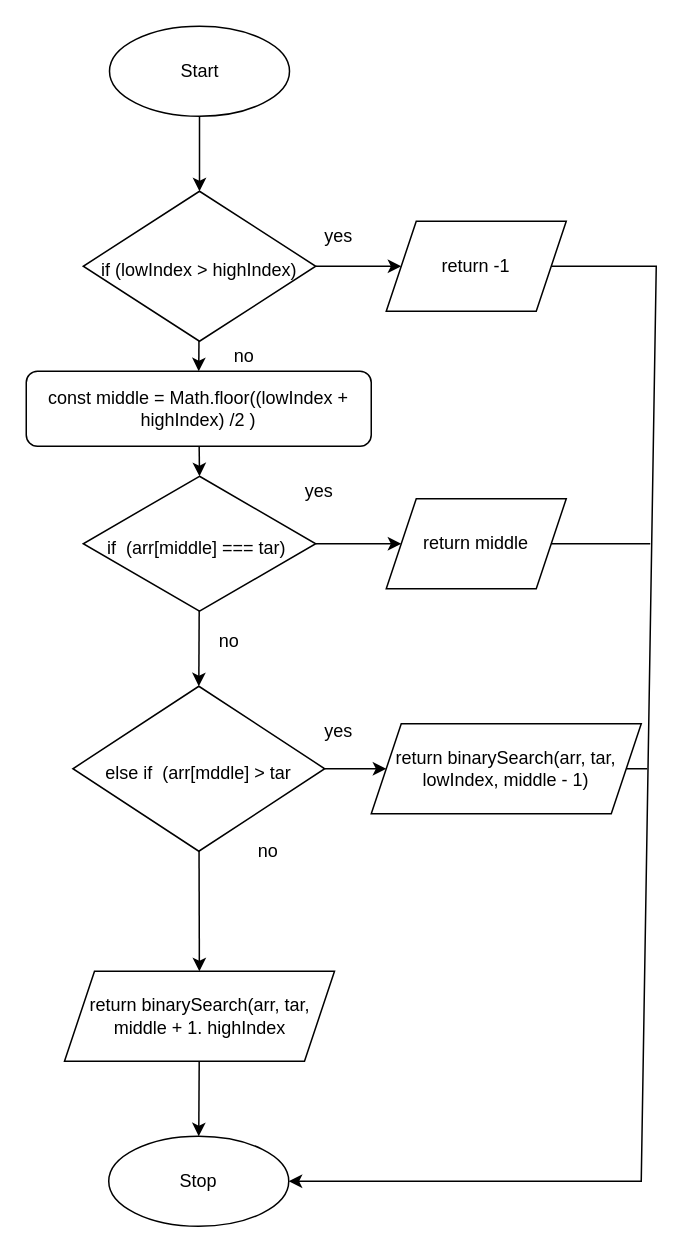
Before: Drawio/Flowchart1.drawio in JacksonNaufal/ics4u-unit3-04-typescript, a draw.io diagram. Source tidied: cells renumbered, new cells numbered last; positions are measured from the earlier drawing's top-left corner, leaving out a move shared by most shapes. Both pictures are drawn from the tidied source at 150%, with x=0, y=0 at pixel (26, 26).
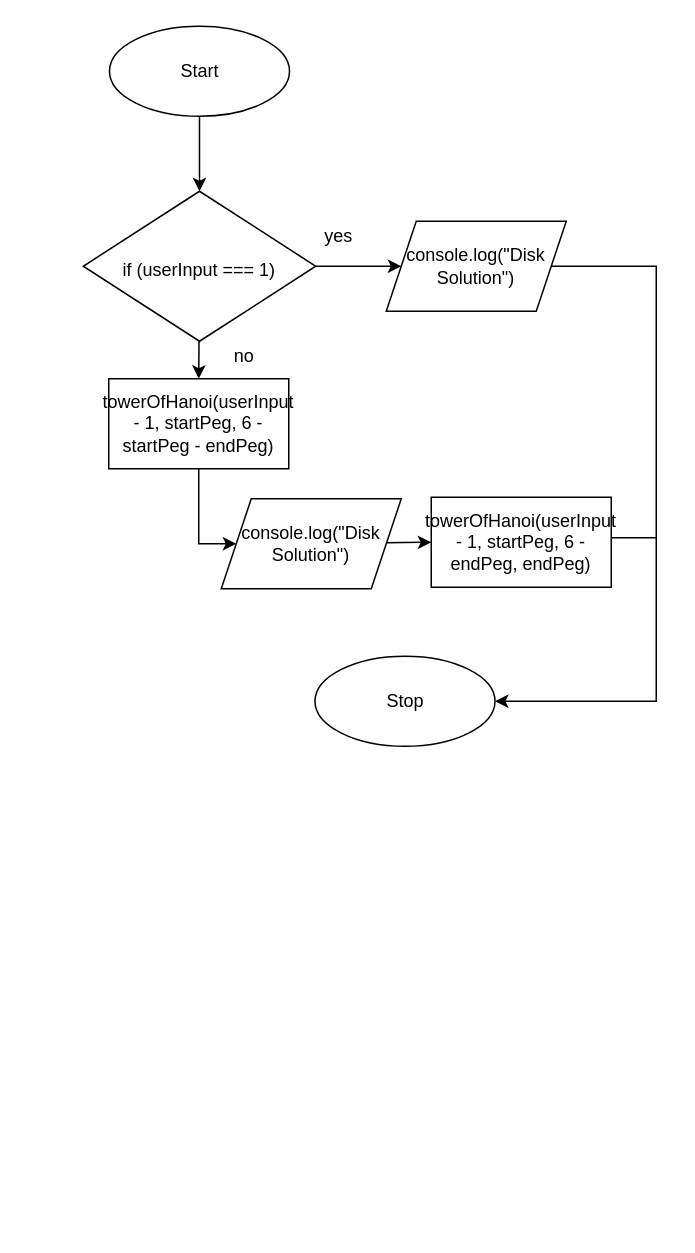
The same page after the edit.

The edit, as a diff of the source:
```diff
@@
     <mxCell id="4" value="Stop" style="ellipse;whiteSpace=wrap;html=1;" parent="1" vertex="1">
-      <mxGeometry x="55" y="740" width="120" height="60" as="geometry" />
+      <mxGeometry x="192.5" y="420" width="120" height="60" as="geometry" />
     </mxCell>
@@
-    <mxCell id="6" style="edgeStyle=none;html=1;entryX=0.5;entryY=0;entryDx=0;entryDy=0;" parent="1" edge="1" source="7" target="23">
-      <mxGeometry relative="1" as="geometry" />
-    </mxCell>
+    <mxCell id="30" style="edgeStyle=none;rounded=0;html=1;entryX=0.5;entryY=0;entryDx=0;entryDy=0;" parent="1" edge="1" source="7" target="33">
+      <mxGeometry relative="1" as="geometry" />
+    </mxCell>
-    <mxCell id="7" value="&lt;font style=&quot;font-size: 12px&quot;&gt;if (lowIndex &amp;gt; highIndex)&lt;/font&gt;" style="rhombus;whiteSpace=wrap;html=1;fontSize=22;" parent="1" vertex="1">
+    <mxCell id="7" value="&lt;font style=&quot;font-size: 12px&quot;&gt;if (userInput === 1)&lt;/font&gt;" style="rhombus;whiteSpace=wrap;html=1;fontSize=22;" parent="1" vertex="1">
       <mxGeometry x="38" y="110" width="155" height="100" as="geometry" />
     </mxCell>
-    <mxCell id="8" value="no" style="text;html=1;align=center;verticalAlign=middle;strokeColor=none;fillColor=none;fontSize=12;" parent="1" vertex="1">
-      <mxGeometry x="130" y="210" width="30" height="20" as="geometry" />
-    </mxCell>
@@
-    <mxCell id="10" style="edgeStyle=none;html=1;entryX=0.5;entryY=0;entryDx=0;entryDy=0;" parent="1" edge="1" source="12" target="15">
-      <mxGeometry relative="1" as="geometry" />
-    </mxCell>
-    <mxCell id="11" style="edgeStyle=none;html=1;entryX=0;entryY=0.5;entryDx=0;entryDy=0;" parent="1" edge="1" source="12" target="25">
-      <mxGeometry relative="1" as="geometry" />
-    </mxCell>
-    <mxCell id="12" value="&lt;font style=&quot;font-size: 12px&quot;&gt;if&amp;nbsp; (arr[middle] === tar)&amp;nbsp;&lt;/font&gt;" style="rhombus;whiteSpace=wrap;html=1;fontSize=22;" parent="1" vertex="1">
-      <mxGeometry x="38" y="300" width="155" height="90" as="geometry" />
-    </mxCell>
-    <mxCell id="13" style="edgeStyle=none;html=1;entryX=0;entryY=0.5;entryDx=0;entryDy=0;" parent="1" edge="1" source="15" target="27">
-      <mxGeometry relative="1" as="geometry" />
-    </mxCell>
-    <mxCell id="14" style="edgeStyle=none;html=1;" parent="1" edge="1" source="15" target="29">
-      <mxGeometry relative="1" as="geometry" />
-    </mxCell>
-    <mxCell id="15" value="&lt;font style=&quot;font-size: 12px&quot;&gt;else if&amp;nbsp; (arr[mddle] &amp;gt; tar&lt;/font&gt;" style="rhombus;whiteSpace=wrap;html=1;fontSize=22;" parent="1" vertex="1">
-      <mxGeometry x="31.1" y="440" width="167.9" height="110" as="geometry" />
-    </mxCell>
-    <mxCell id="16" value="no" style="text;html=1;align=center;verticalAlign=middle;strokeColor=none;fillColor=none;fontSize=12;" parent="1" vertex="1">
-      <mxGeometry x="120" y="400" width="30" height="20" as="geometry" />
-    </mxCell>
-    <mxCell id="17" value="no" style="text;html=1;align=center;verticalAlign=middle;strokeColor=none;fillColor=none;fontSize=12;" parent="1" vertex="1">
-      <mxGeometry x="145.5" y="540" width="30" height="20" as="geometry" />
-    </mxCell>
-    <mxCell id="18" value="yes" style="text;html=1;align=center;verticalAlign=middle;strokeColor=none;fillColor=none;fontSize=12;" parent="1" vertex="1">
-      <mxGeometry x="180" y="300" width="30" height="20" as="geometry" />
-    </mxCell>
-    <mxCell id="19" value="yes" style="text;html=1;align=center;verticalAlign=middle;strokeColor=none;fillColor=none;fontSize=12;" parent="1" vertex="1">
-      <mxGeometry x="192.5" y="460" width="30" height="20" as="geometry" />
-    </mxCell>
     <mxCell id="20" style="edgeStyle=none;html=1;entryX=1;entryY=0.5;entryDx=0;entryDy=0;rounded=0;" parent="1" edge="1" source="21" target="4">
       <mxGeometry relative="1" as="geometry">
         <Array as="points">
           <mxPoint x="420" y="160" />
-          <mxPoint x="410" y="770" />
+          <mxPoint x="420" y="450" />
         </Array>
       </mxGeometry>
     </mxCell>
-    <mxCell id="21" value="return -1" style="shape=parallelogram;perimeter=parallelogramPerimeter;whiteSpace=wrap;html=1;fixedSize=1;" parent="1" vertex="1">
+    <mxCell id="21" value="console.log(&quot;Disk Solution&quot;)" style="shape=parallelogram;perimeter=parallelogramPerimeter;whiteSpace=wrap;html=1;fixedSize=1;" parent="1" vertex="1">
       <mxGeometry x="240" y="130" width="120" height="60" as="geometry" />
     </mxCell>
-    <mxCell id="22" style="edgeStyle=none;html=1;entryX=0.5;entryY=0;entryDx=0;entryDy=0;" parent="1" edge="1" source="23" target="12">
-      <mxGeometry relative="1" as="geometry" />
-    </mxCell>
-    <mxCell id="23" value="const middle = Math.floor((lowIndex + highIndex) /2 )" style="rounded=1;whiteSpace=wrap;html=1;" parent="1" vertex="1">
-      <mxGeometry y="230" width="230" height="50" as="geometry" />
-    </mxCell>
-    <mxCell id="24" style="edgeStyle=none;rounded=0;html=1;endArrow=none;endFill=0;" parent="1" edge="1" source="25">
-      <mxGeometry relative="1" as="geometry">
-        <mxPoint x="416" y="345" as="targetPoint" />
-      </mxGeometry>
-    </mxCell>
+    <mxCell id="31" style="edgeStyle=none;rounded=0;html=1;entryX=0;entryY=0.5;entryDx=0;entryDy=0;" parent="1" edge="1" source="25" target="35">
+      <mxGeometry relative="1" as="geometry" />
+    </mxCell>
-    <mxCell id="25" value="return middle" style="shape=parallelogram;perimeter=parallelogramPerimeter;whiteSpace=wrap;html=1;fixedSize=1;" parent="1" vertex="1">
-      <mxGeometry x="240" y="315" width="120" height="60" as="geometry" />
+    <mxCell id="25" value="console.log(&quot;Disk Solution&quot;)" style="shape=parallelogram;perimeter=parallelogramPerimeter;whiteSpace=wrap;html=1;fixedSize=1;" parent="1" vertex="1">
+      <mxGeometry x="130" y="315" width="120" height="60" as="geometry" />
     </mxCell>
-    <mxCell id="26" style="edgeStyle=none;rounded=0;html=1;endArrow=none;endFill=0;" parent="1" edge="1" source="27">
-      <mxGeometry relative="1" as="geometry">
-        <mxPoint x="414" y="495" as="targetPoint" />
-      </mxGeometry>
-    </mxCell>
-    <mxCell id="27" value="return binarySearch(arr, tar, lowIndex, middle - 1)" style="shape=parallelogram;perimeter=parallelogramPerimeter;whiteSpace=wrap;html=1;fixedSize=1;" parent="1" vertex="1">
-      <mxGeometry x="230" y="465" width="180" height="60" as="geometry" />
-    </mxCell>
-    <mxCell id="28" style="edgeStyle=none;html=1;entryX=0.5;entryY=0;entryDx=0;entryDy=0;" parent="1" edge="1" source="29" target="4">
-      <mxGeometry relative="1" as="geometry" />
-    </mxCell>
-    <mxCell id="29" value="return binarySearch(arr, tar, middle + 1. highIndex" style="shape=parallelogram;perimeter=parallelogramPerimeter;whiteSpace=wrap;html=1;fixedSize=1;" parent="1" vertex="1">
-      <mxGeometry x="25.5" y="630" width="180" height="60" as="geometry" />
-    </mxCell>
+    <mxCell id="32" style="edgeStyle=none;rounded=0;html=1;entryX=0;entryY=0.5;entryDx=0;entryDy=0;" parent="1" edge="1" source="33" target="25">
+      <mxGeometry relative="1" as="geometry">
+        <Array as="points">
+          <mxPoint x="115" y="345" />
+        </Array>
+      </mxGeometry>
+    </mxCell>
+    <mxCell id="33" value="towerOfHanoi(userInput - 1, startPeg, 6 - startPeg - endPeg)" style="whiteSpace=wrap;html=1;" parent="1" vertex="1">
+      <mxGeometry x="55" y="235" width="120" height="60" as="geometry" />
+    </mxCell>
+    <mxCell id="34" style="edgeStyle=none;rounded=0;html=1;endArrow=none;endFill=0;" parent="1" edge="1">
+      <mxGeometry relative="1" as="geometry">
+        <mxPoint x="390" y="341" as="sourcePoint" />
+        <mxPoint x="420" y="341" as="targetPoint" />
+      </mxGeometry>
+    </mxCell>
+    <mxCell id="35" value="towerOfHanoi(userInput - 1, startPeg, 6 - endPeg, endPeg)" style="whiteSpace=wrap;html=1;" parent="1" vertex="1">
+      <mxGeometry x="270" y="314" width="120" height="60" as="geometry" />
+    </mxCell>
+    <mxCell id="36" value="no" style="text;html=1;align=center;verticalAlign=middle;strokeColor=none;fillColor=none;" parent="1" vertex="1">
+      <mxGeometry x="130" y="210" width="30" height="20" as="geometry" />
+    </mxCell>
```
